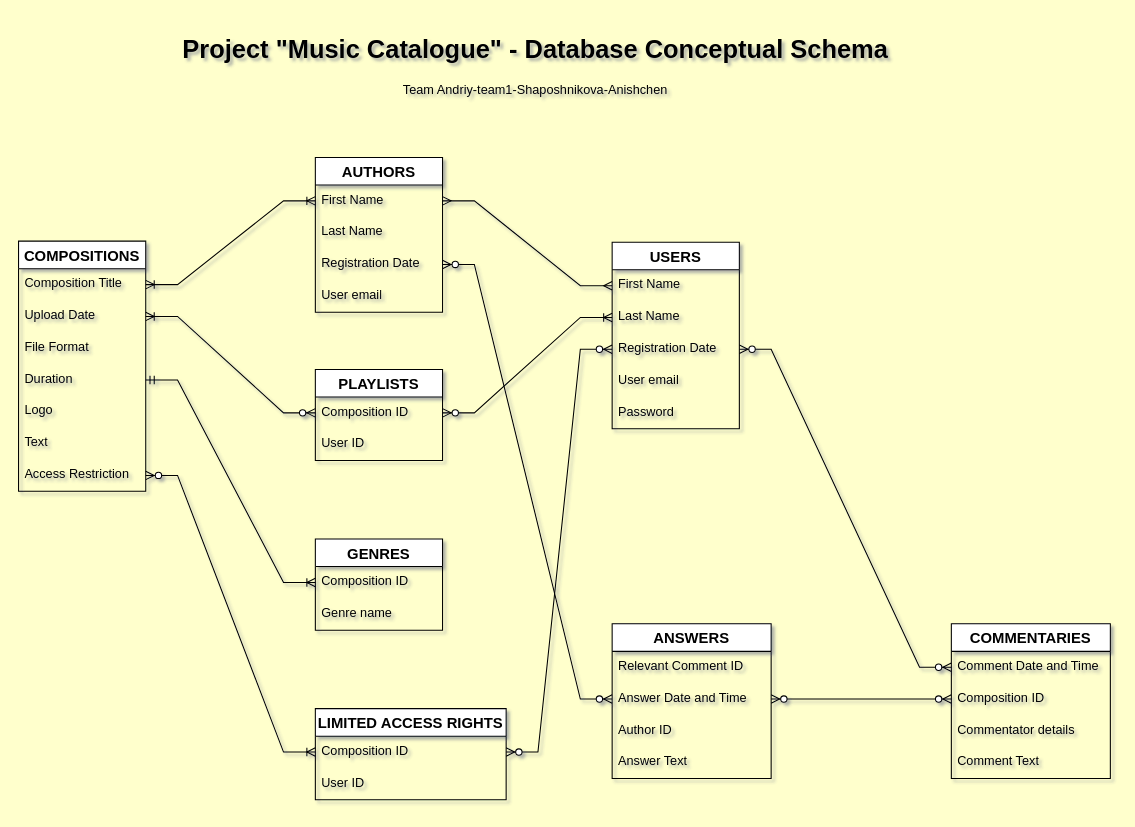
avu-ua/DBFund-Team1-Yulia-Slava keeps this draw.io diagram as page "Draft v2 (final)" (2 of 3) of 02 Conceptual Design.drawio. Above is the earlier version. Source tidied: cells renumbered, new cells numbered last; positions are measured from the earlier drawing's top-left corner, leaving out a move shared by most shapes. Both pictures are drawn from the tidied source at 106%, with x=0, y=0 at pixel (18, 29).
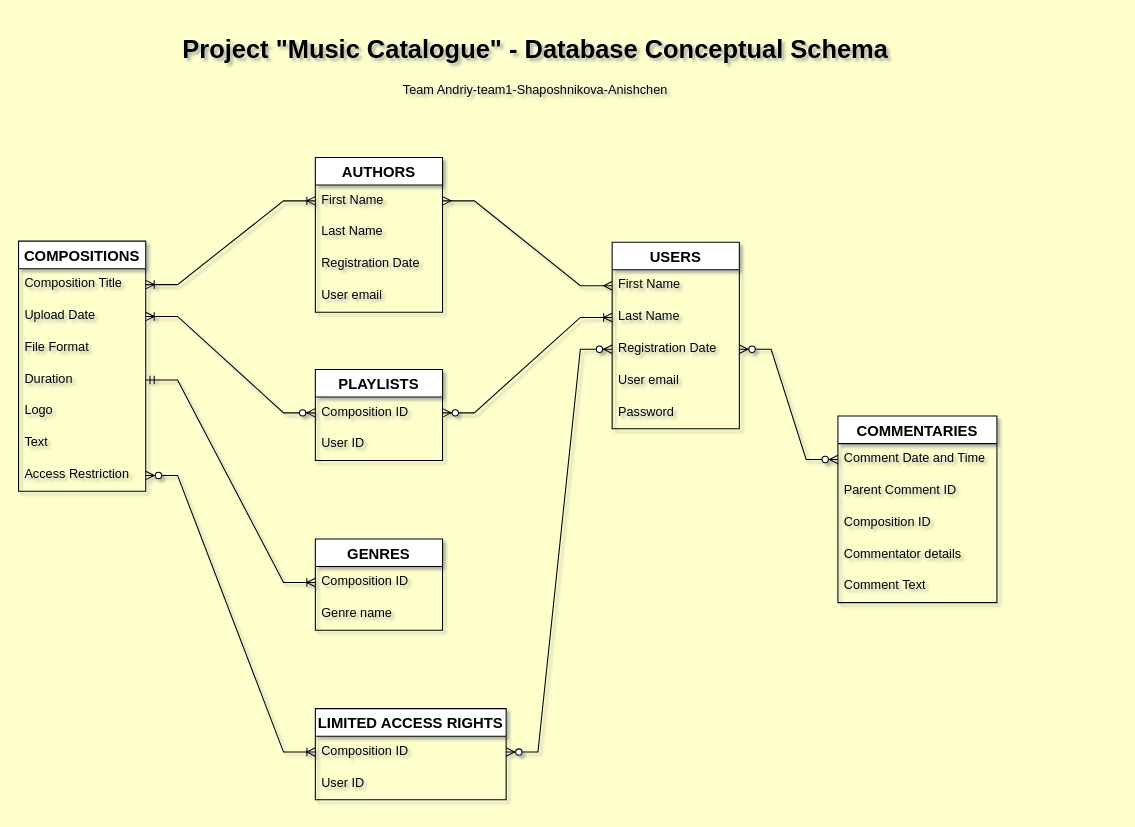
After the change.

The change refers to these unchanged cells:
```xml
<mxCell id="13" value="Registration Date" style="text;strokeColor=none;fillColor=none;spacingLeft=4;spacingRight=4;overflow=hidden;points=[[0,0.5],[1,0.5]];portConstraint=eastwest;fontSize=12;whiteSpace=wrap;html=1;" parent="10" vertex="1">
  <mxGeometry y="86" width="120" height="30" as="geometry" />
</mxCell>
```

What changed in the source:
```diff
@@
     <mxCell id="30" value="COMMENTARIES" style="swimlane;fontStyle=1;horizontal=1;startSize=26;align=center;fontSize=14;" parent="1" vertex="1">
-      <mxGeometry x="880" y="561" width="150" height="146" as="geometry" />
+      <mxGeometry x="773" y="365" width="150" height="176" as="geometry" />
     </mxCell>
@@
+    <mxCell id="51" value="Parent Comment ID" style="text;strokeColor=none;fillColor=none;spacingLeft=4;spacingRight=4;overflow=hidden;fontSize=12;whiteSpace=wrap;html=1;" parent="30" vertex="1">
+      <mxGeometry y="56" width="150" height="30" as="geometry" />
+    </mxCell>
     <mxCell id="32" value="Composition ID" style="text;strokeColor=none;fillColor=none;spacingLeft=4;spacingRight=4;overflow=hidden;points=[[0,0.5],[1,0.5]];portConstraint=eastwest;fontSize=12;whiteSpace=wrap;html=1;" parent="30" vertex="1">
-      <mxGeometry y="56" width="150" height="30" as="geometry" />
+      <mxGeometry y="86" width="150" height="30" as="geometry" />
     </mxCell>
     <mxCell id="33" value="Commentator details" style="text;strokeColor=none;fillColor=none;spacingLeft=4;spacingRight=4;overflow=hidden;fontSize=12;whiteSpace=wrap;html=1;" parent="30" vertex="1">
-      <mxGeometry y="86" width="150" height="30" as="geometry" />
+      <mxGeometry y="116" width="150" height="30" as="geometry" />
     </mxCell>
     <mxCell id="34" value="Comment Text" style="text;strokeColor=none;fillColor=none;spacingLeft=4;spacingRight=4;overflow=hidden;fontSize=12;whiteSpace=wrap;html=1;" parent="30" vertex="1">
-      <mxGeometry y="116" width="150" height="30" as="geometry" />
+      <mxGeometry y="146" width="150" height="30" as="geometry" />
     </mxCell>
-    <mxCell id="35" value="ANSWERS" style="swimlane;fontStyle=1;horizontal=1;startSize=26;align=center;fontSize=14;" parent="1" vertex="1">
-      <mxGeometry x="560" y="561" width="150" height="146" as="geometry" />
-    </mxCell>
-    <mxCell id="36" value="Relevant Comment ID" style="text;strokeColor=none;fillColor=none;spacingLeft=4;spacingRight=4;overflow=hidden;fontSize=12;whiteSpace=wrap;html=1;" parent="35" vertex="1">
-      <mxGeometry y="26" width="150" height="30" as="geometry" />
-    </mxCell>
-    <mxCell id="37" value="Answer Date and Time" style="text;strokeColor=none;fillColor=none;spacingLeft=4;spacingRight=4;overflow=hidden;points=[[0,0.5],[1,0.5]];portConstraint=eastwest;fontSize=12;whiteSpace=wrap;html=1;" parent="35" vertex="1">
-      <mxGeometry y="56" width="150" height="30" as="geometry" />
-    </mxCell>
-    <mxCell id="38" value="Author ID" style="text;strokeColor=none;fillColor=none;spacingLeft=4;spacingRight=4;overflow=hidden;fontSize=12;whiteSpace=wrap;html=1;" parent="35" vertex="1">
-      <mxGeometry y="86" width="150" height="30" as="geometry" />
-    </mxCell>
-    <mxCell id="39" value="Answer Text" style="text;strokeColor=none;fillColor=none;spacingLeft=4;spacingRight=4;overflow=hidden;fontSize=12;whiteSpace=wrap;html=1;" parent="35" vertex="1">
-      <mxGeometry y="116" width="150" height="30" as="geometry" />
-    </mxCell>
@@
-    <mxCell id="49" style="edgeStyle=entityRelationEdgeStyle;fontSize=12;html=1;endArrow=ERzeroToMany;endFill=1;startArrow=ERzeroToMany;rounded=0;exitX=1;exitY=0.5;exitDx=0;exitDy=0;entryX=0;entryY=0.5;entryDx=0;entryDy=0;" parent="1" edge="1" source="37" target="32">
-      <mxGeometry relative="1" as="geometry" />
-    </mxCell>
-    <mxCell id="50" style="edgeStyle=entityRelationEdgeStyle;fontSize=12;html=1;endArrow=ERzeroToMany;endFill=1;startArrow=ERzeroToMany;rounded=0;entryX=0;entryY=0.5;entryDx=0;entryDy=0;exitX=1;exitY=0.5;exitDx=0;exitDy=0;" parent="1" edge="1" source="13" target="37">
-      <mxGeometry relative="1" as="geometry" />
-    </mxCell>
```
